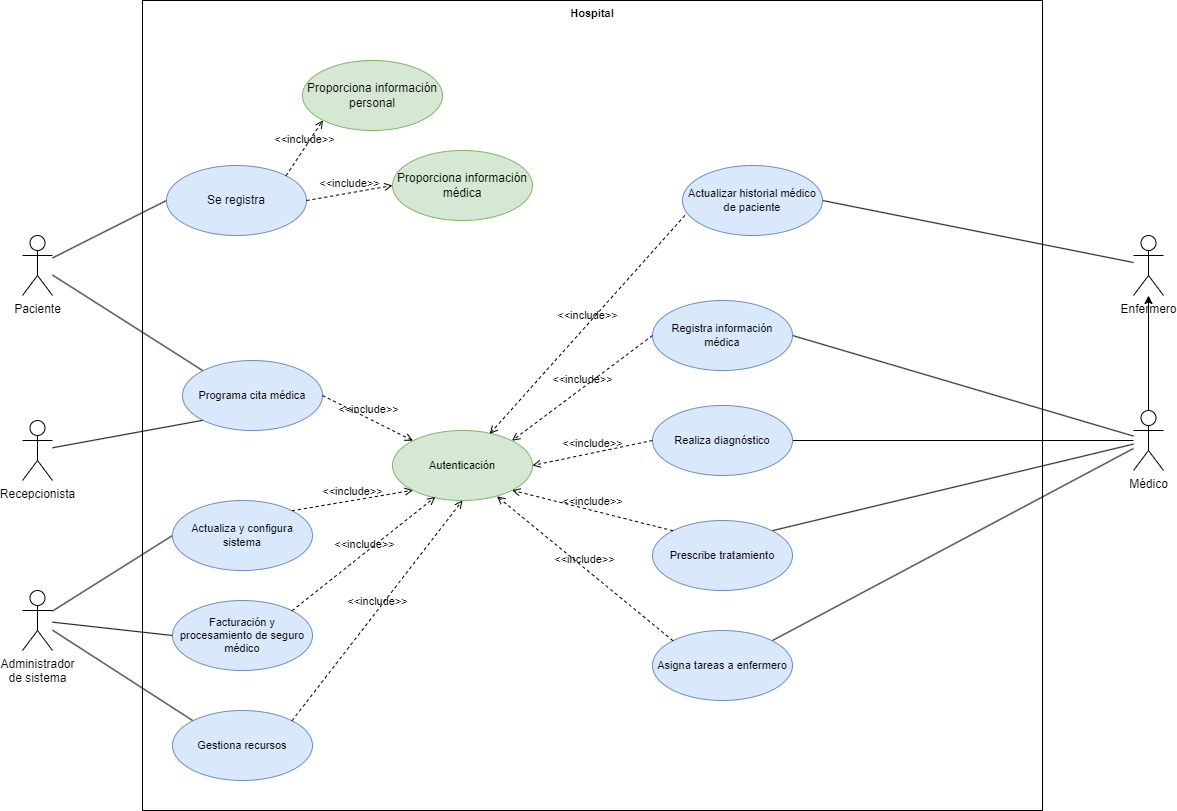
The draw.io diagram unidad-4/tarea1/diagram/uc-diagram.png in mackstm/ets, before a commit. Source tidied: cells renumbered, new cells last; positions are measured from the earlier drawing's top-left corner, leaving out a move shared by most shapes.
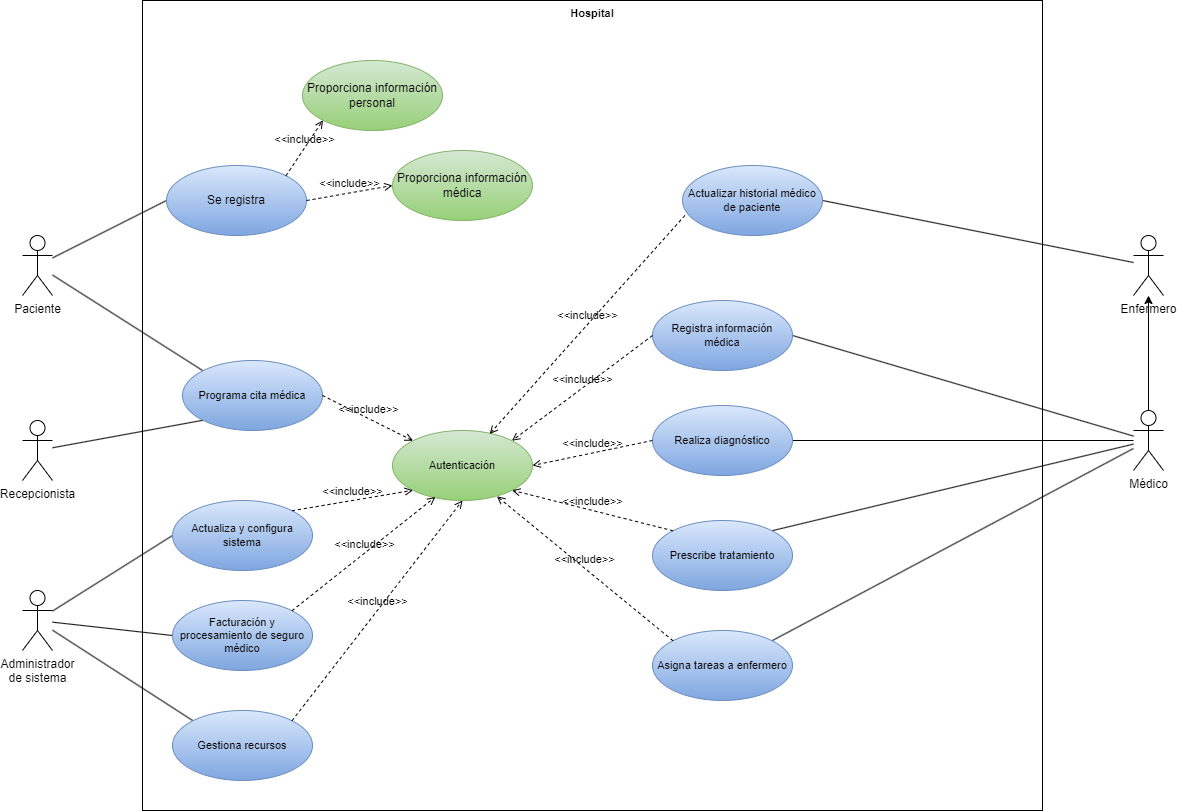
The same file after the commit.

Change to the diagram source:
```diff
@@ -56,13 +56,13 @@
     <mxCell id="19" value="Administrador&lt;br&gt;de sistema" style="shape=umlActor;verticalLabelPosition=bottom;verticalAlign=top;html=1;outlineConnect=0;" parent="1" vertex="1">
       <mxGeometry y="590" width="30" height="60" as="geometry" />
     </mxCell>
-    <mxCell id="20" value="Se registra" style="ellipse;whiteSpace=wrap;html=1;fillColor=#dae8fc;strokeColor=#6c8ebf;" parent="1" vertex="1">
+    <mxCell id="20" value="Se registra" style="ellipse;whiteSpace=wrap;html=1;fillColor=#dae8fc;strokeColor=#6c8ebf;gradientColor=#7ea6e0;" parent="1" vertex="1">
       <mxGeometry x="144" y="165" width="140" height="70" as="geometry" />
     </mxCell>
-    <mxCell id="21" value="Proporciona información médica" style="ellipse;whiteSpace=wrap;html=1;fillColor=#d5e8d4;strokeColor=#82b366;" parent="1" vertex="1">
+    <mxCell id="21" value="Proporciona información médica" style="ellipse;whiteSpace=wrap;html=1;fillColor=#d5e8d4;strokeColor=#82b366;gradientColor=#97d077;" parent="1" vertex="1">
       <mxGeometry x="370" y="150" width="140" height="70" as="geometry" />
     </mxCell>
-    <mxCell id="22" value="Proporciona información personal" style="ellipse;whiteSpace=wrap;html=1;fillColor=#d5e8d4;strokeColor=#82b366;" parent="1" vertex="1">
+    <mxCell id="22" value="Proporciona información personal" style="ellipse;whiteSpace=wrap;html=1;fillColor=#d5e8d4;strokeColor=#82b366;gradientColor=#97d077;" parent="1" vertex="1">
       <mxGeometry x="280" y="60" width="140" height="70" as="geometry" />
     </mxCell>
     <mxCell id="23" value="&amp;lt;&amp;lt;include&amp;gt;&amp;gt;" style="edgeStyle=none;html=1;endArrow=open;verticalAlign=bottom;dashed=1;labelBackgroundColor=none;rounded=0;strokeColor=default;align=center;fontFamily=Helvetica;fontSize=11;fontColor=default;shape=connector;exitX=1;exitY=0.5;exitDx=0;exitDy=0;entryX=0;entryY=0.5;entryDx=0;entryDy=0;" parent="1" edge="1" source="20" target="21">
@@ -71,22 +71,22 @@
     <mxCell id="24" value="&amp;lt;&amp;lt;include&amp;gt;&amp;gt;" style="edgeStyle=none;html=1;endArrow=open;verticalAlign=bottom;dashed=1;labelBackgroundColor=none;rounded=0;strokeColor=default;align=center;fontFamily=Helvetica;fontSize=11;fontColor=default;shape=connector;exitX=1;exitY=0;exitDx=0;exitDy=0;entryX=0;entryY=1;entryDx=0;entryDy=0;" parent="1" edge="1" source="20" target="22">
       <mxGeometry relative="1" as="geometry" />
     </mxCell>
-    <mxCell id="25" value="Programa cita médica" style="ellipse;whiteSpace=wrap;html=1;fontFamily=Helvetica;fontSize=11;fillColor=#dae8fc;strokeColor=#6c8ebf;" parent="1" vertex="1">
+    <mxCell id="25" value="Programa cita médica" style="ellipse;whiteSpace=wrap;html=1;fontFamily=Helvetica;fontSize=11;fillColor=#dae8fc;strokeColor=#6c8ebf;gradientColor=#7ea6e0;" parent="1" vertex="1">
       <mxGeometry x="160" y="360" width="140" height="70" as="geometry" />
     </mxCell>
-    <mxCell id="26" value="Autenticación" style="ellipse;whiteSpace=wrap;html=1;fontFamily=Helvetica;fontSize=11;fillColor=#d5e8d4;strokeColor=#82b366;" parent="1" vertex="1">
+    <mxCell id="26" value="Autenticación" style="ellipse;whiteSpace=wrap;html=1;fontFamily=Helvetica;fontSize=11;fillColor=#d5e8d4;strokeColor=#82b366;gradientColor=#97d077;" parent="1" vertex="1">
       <mxGeometry x="370" y="430" width="140" height="70" as="geometry" />
     </mxCell>
     <mxCell id="27" value="&amp;lt;&amp;lt;include&amp;gt;&amp;gt;" style="edgeStyle=none;html=1;endArrow=open;verticalAlign=bottom;dashed=1;labelBackgroundColor=none;rounded=0;strokeColor=default;align=center;fontFamily=Helvetica;fontSize=11;fontColor=default;shape=connector;exitX=1;exitY=0.5;exitDx=0;exitDy=0;entryX=0;entryY=0;entryDx=0;entryDy=0;" parent="1" edge="1" source="25" target="26">
       <mxGeometry relative="1" as="geometry" />
     </mxCell>
-    <mxCell id="28" value="Realiza diagnóstico" style="ellipse;whiteSpace=wrap;html=1;fontFamily=Helvetica;fontSize=11;fillColor=#dae8fc;strokeColor=#6c8ebf;" parent="1" vertex="1">
+    <mxCell id="28" value="Realiza diagnóstico" style="ellipse;whiteSpace=wrap;html=1;fontFamily=Helvetica;fontSize=11;fillColor=#dae8fc;strokeColor=#6c8ebf;gradientColor=#7ea6e0;" parent="1" vertex="1">
       <mxGeometry x="630" y="405" width="140" height="70" as="geometry" />
     </mxCell>
-    <mxCell id="29" value="Prescribe tratamiento" style="ellipse;whiteSpace=wrap;html=1;fontFamily=Helvetica;fontSize=11;fillColor=#dae8fc;strokeColor=#6c8ebf;" parent="1" vertex="1">
+    <mxCell id="29" value="Prescribe tratamiento" style="ellipse;whiteSpace=wrap;html=1;fontFamily=Helvetica;fontSize=11;fillColor=#dae8fc;strokeColor=#6c8ebf;gradientColor=#7ea6e0;" parent="1" vertex="1">
       <mxGeometry x="630" y="520" width="140" height="70" as="geometry" />
     </mxCell>
-    <mxCell id="30" value="Registra información médica" style="ellipse;whiteSpace=wrap;html=1;fontFamily=Helvetica;fontSize=11;fillColor=#dae8fc;strokeColor=#6c8ebf;" parent="1" vertex="1">
+    <mxCell id="30" value="Registra información médica" style="ellipse;whiteSpace=wrap;html=1;fontFamily=Helvetica;fontSize=11;fillColor=#dae8fc;strokeColor=#6c8ebf;gradientColor=#7ea6e0;" parent="1" vertex="1">
       <mxGeometry x="630" y="300" width="140" height="70" as="geometry" />
     </mxCell>
     <mxCell id="31" value="&amp;lt;&amp;lt;include&amp;gt;&amp;gt;" style="edgeStyle=none;html=1;endArrow=open;verticalAlign=bottom;dashed=1;labelBackgroundColor=none;rounded=0;strokeColor=default;align=center;fontFamily=Helvetica;fontSize=11;fontColor=default;shape=connector;exitX=0;exitY=0;exitDx=0;exitDy=0;entryX=1;entryY=1;entryDx=0;entryDy=0;" parent="1" edge="1" source="29" target="26">
@@ -98,13 +98,13 @@
     <mxCell id="33" value="&amp;lt;&amp;lt;include&amp;gt;&amp;gt;" style="edgeStyle=none;html=1;endArrow=open;verticalAlign=bottom;dashed=1;labelBackgroundColor=none;rounded=0;strokeColor=default;align=center;fontFamily=Helvetica;fontSize=11;fontColor=default;shape=connector;exitX=0;exitY=0.5;exitDx=0;exitDy=0;entryX=1;entryY=0;entryDx=0;entryDy=0;" parent="1" edge="1" source="30" target="26">
       <mxGeometry relative="1" as="geometry" />
     </mxCell>
-    <mxCell id="34" value="Actualizar historial médico de paciente" style="ellipse;whiteSpace=wrap;html=1;fontFamily=Helvetica;fontSize=11;fillColor=#dae8fc;strokeColor=#6c8ebf;" parent="1" vertex="1">
+    <mxCell id="34" value="Actualizar historial médico de paciente" style="ellipse;whiteSpace=wrap;html=1;fontFamily=Helvetica;fontSize=11;fillColor=#dae8fc;strokeColor=#6c8ebf;gradientColor=#7ea6e0;" parent="1" vertex="1">
       <mxGeometry x="660" y="165" width="140" height="70" as="geometry" />
     </mxCell>
-    <mxCell id="35" value="Asigna tareas a enfermero" style="ellipse;whiteSpace=wrap;html=1;fontFamily=Helvetica;fontSize=11;fillColor=#dae8fc;strokeColor=#6c8ebf;" parent="1" vertex="1">
+    <mxCell id="35" value="Asigna tareas a enfermero" style="ellipse;whiteSpace=wrap;html=1;fontFamily=Helvetica;fontSize=11;fillColor=#dae8fc;strokeColor=#6c8ebf;gradientColor=#7ea6e0;" parent="1" vertex="1">
       <mxGeometry x="630" y="630" width="140" height="70" as="geometry" />
     </mxCell>
-    <mxCell id="36" value="Actualiza y configura sistema" style="ellipse;whiteSpace=wrap;html=1;fontFamily=Helvetica;fontSize=11;fillColor=#dae8fc;strokeColor=#6c8ebf;" parent="1" vertex="1">
+    <mxCell id="36" value="Actualiza y configura sistema" style="ellipse;whiteSpace=wrap;html=1;fontFamily=Helvetica;fontSize=11;fillColor=#dae8fc;strokeColor=#6c8ebf;gradientColor=#7ea6e0;" parent="1" vertex="1">
       <mxGeometry x="150" y="500" width="140" height="70" as="geometry" />
     </mxCell>
     <mxCell id="37" value="&amp;lt;&amp;lt;include&amp;gt;&amp;gt;" style="edgeStyle=none;html=1;endArrow=open;verticalAlign=bottom;dashed=1;labelBackgroundColor=none;rounded=0;strokeColor=default;align=center;fontFamily=Helvetica;fontSize=11;fontColor=default;shape=connector;exitX=0;exitY=0;exitDx=0;exitDy=0;entryX=0.746;entryY=0.94;entryDx=0;entryDy=0;entryPerimeter=0;" parent="1" edge="1" source="35" target="26">
@@ -116,13 +116,13 @@
     <mxCell id="39" value="&amp;lt;&amp;lt;include&amp;gt;&amp;gt;" style="edgeStyle=none;html=1;endArrow=open;verticalAlign=bottom;dashed=1;labelBackgroundColor=none;rounded=0;strokeColor=default;align=center;fontFamily=Helvetica;fontSize=11;fontColor=default;shape=connector;exitX=1;exitY=0;exitDx=0;exitDy=0;entryX=0;entryY=1;entryDx=0;entryDy=0;" parent="1" edge="1" source="36" target="26">
       <mxGeometry relative="1" as="geometry" />
     </mxCell>
-    <mxCell id="40" value="Facturación y procesamiento de seguro médico" style="ellipse;whiteSpace=wrap;html=1;fontFamily=Helvetica;fontSize=11;fillColor=#dae8fc;strokeColor=#6c8ebf;" parent="1" vertex="1">
+    <mxCell id="40" value="Facturación y procesamiento de seguro médico" style="ellipse;whiteSpace=wrap;html=1;fontFamily=Helvetica;fontSize=11;fillColor=#dae8fc;strokeColor=#6c8ebf;gradientColor=#7ea6e0;" parent="1" vertex="1">
       <mxGeometry x="150" y="600" width="140" height="70" as="geometry" />
     </mxCell>
     <mxCell id="41" value="&amp;lt;&amp;lt;include&amp;gt;&amp;gt;" style="edgeStyle=none;html=1;endArrow=open;verticalAlign=bottom;dashed=1;labelBackgroundColor=none;rounded=0;strokeColor=default;align=center;fontFamily=Helvetica;fontSize=11;fontColor=default;shape=connector;exitX=1;exitY=0;exitDx=0;exitDy=0;entryX=0.306;entryY=0.949;entryDx=0;entryDy=0;entryPerimeter=0;" parent="1" edge="1" source="40" target="26">
       <mxGeometry relative="1" as="geometry" />
     </mxCell>
-    <mxCell id="42" value="Gestiona recursos" style="ellipse;whiteSpace=wrap;html=1;fontFamily=Helvetica;fontSize=11;fillColor=#dae8fc;strokeColor=#6c8ebf;" parent="1" vertex="1">
+    <mxCell id="42" value="Gestiona recursos" style="ellipse;whiteSpace=wrap;html=1;fontFamily=Helvetica;fontSize=11;fillColor=#dae8fc;strokeColor=#6c8ebf;gradientColor=#7ea6e0;" parent="1" vertex="1">
       <mxGeometry x="150" y="710" width="140" height="70" as="geometry" />
     </mxCell>
     <mxCell id="43" value="&amp;lt;&amp;lt;include&amp;gt;&amp;gt;" style="edgeStyle=none;html=1;endArrow=open;verticalAlign=bottom;dashed=1;labelBackgroundColor=none;rounded=0;strokeColor=default;align=center;fontFamily=Helvetica;fontSize=11;fontColor=default;shape=connector;exitX=1;exitY=0;exitDx=0;exitDy=0;entryX=0.5;entryY=1;entryDx=0;entryDy=0;" parent="1" edge="1" source="42" target="26">
```
